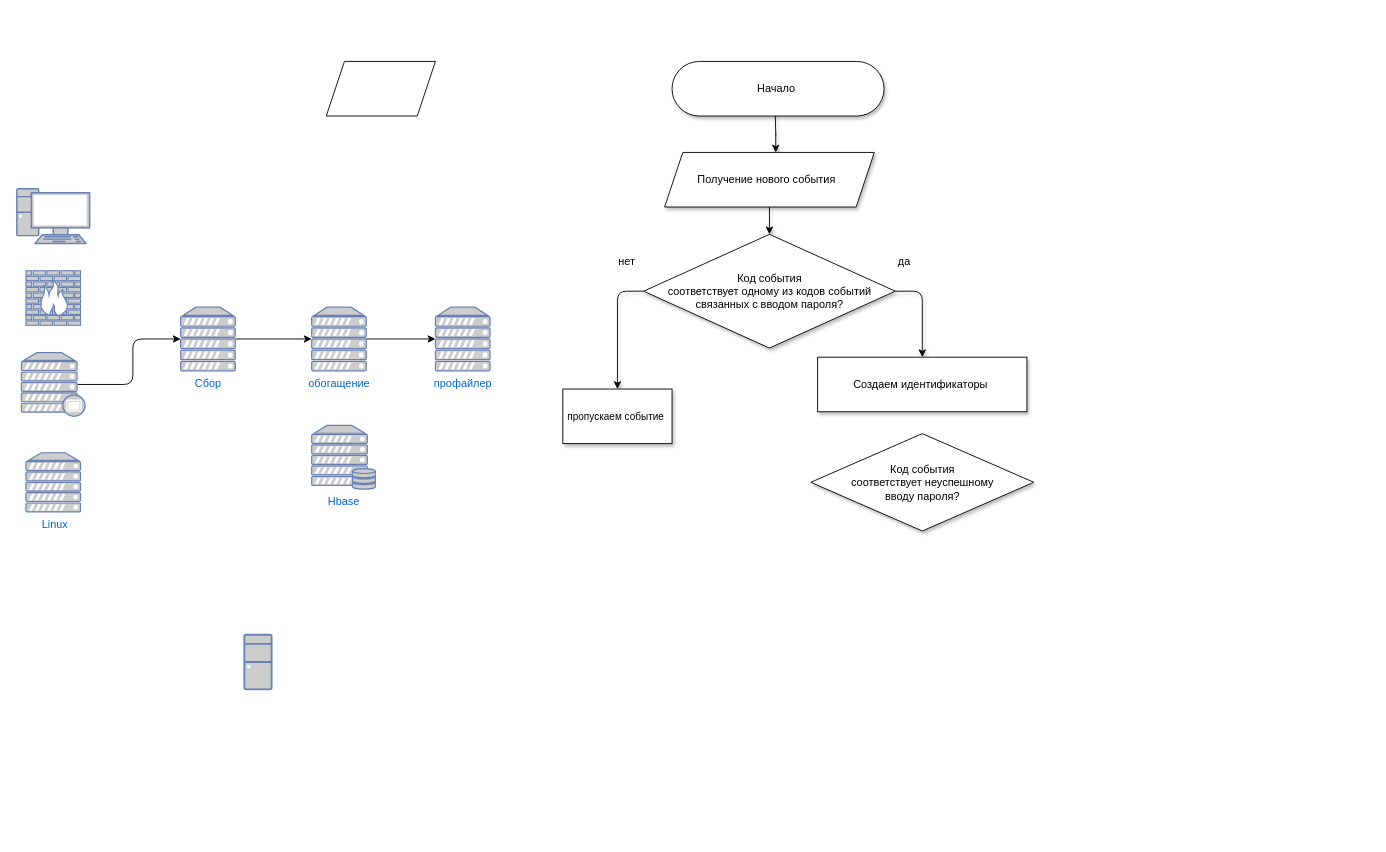
Before: page "Page-1" (1 of 2) of contrib/Untitled Diagram.drawio in zydyka/sigma, a draw.io diagram. Source tidied: cells renumbered, new cells numbered last; positions are measured from the earlier drawing's top-left corner, leaving out a move shared by most shapes. Both pictures are drawn from the tidied source at 91%, with x=0, y=0 at pixel (16, 61).
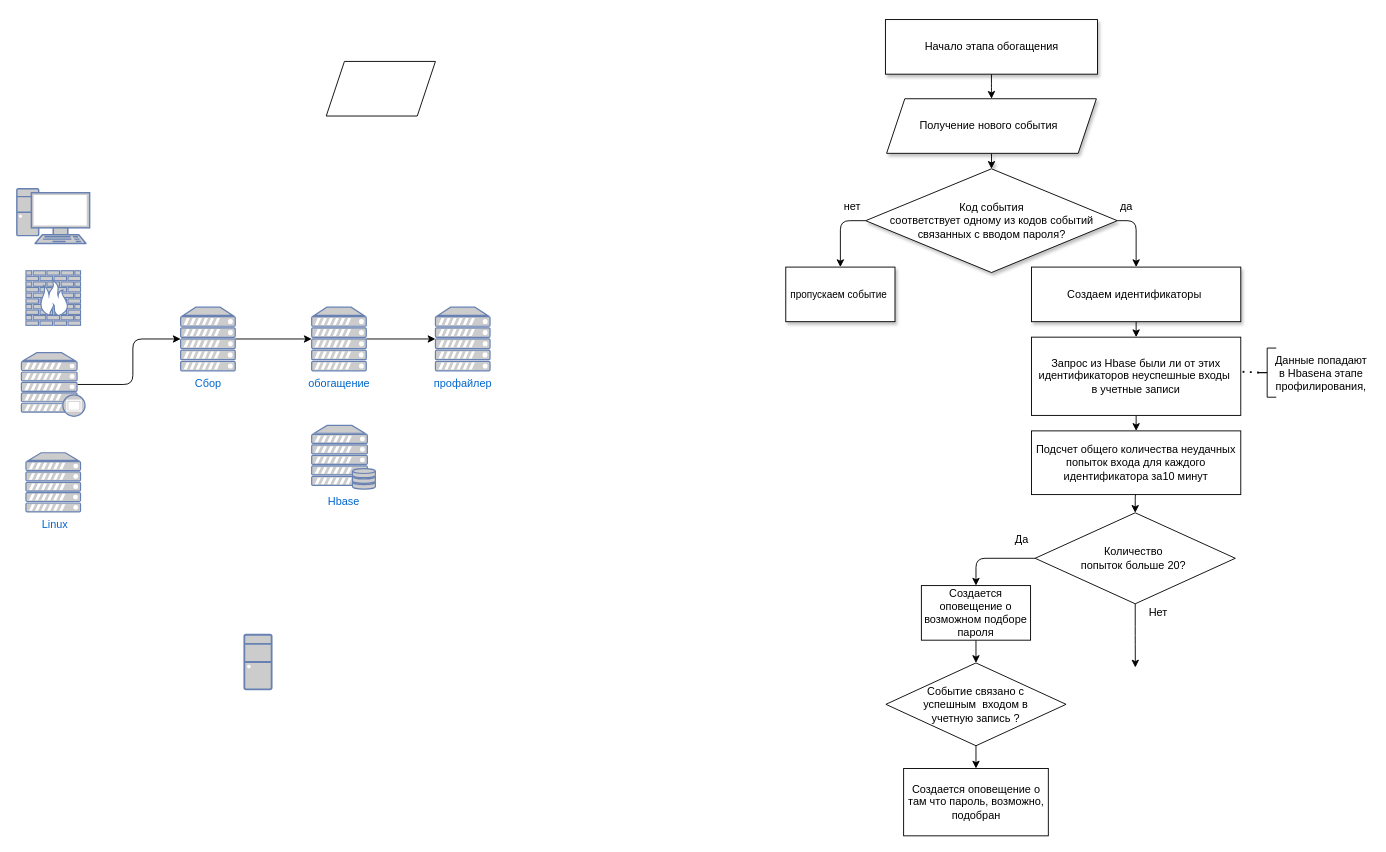
The same diagram, later.

The edit, as a diff of the source:
```diff
@@
-    <mxCell id="14" style="edgeStyle=orthogonalEdgeStyle;rounded=0;jettySize=auto;html=1;exitX=0.5;exitY=1;exitDx=0;exitDy=0;entryX=0.53;entryY=0;entryDx=0;entryDy=0;entryPerimeter=0;shadow=1;" parent="1" edge="1" target="16">
-      <mxGeometry relative="1" as="geometry">
-        <mxPoint x="833.5" y="60" as="sourcePoint" />
-      </mxGeometry>
-    </mxCell>
-    <mxCell id="15" style="edgeStyle=orthogonalEdgeStyle;rounded=0;jettySize=auto;html=1;exitX=0.5;exitY=1;exitDx=0;exitDy=0;entryX=0.5;entryY=0;entryDx=0;entryDy=0;entryPerimeter=0;shadow=1;" parent="1" edge="1" source="16" target="20">
+    <mxCell id="15" style="edgeStyle=orthogonalEdgeStyle;jettySize=auto;html=1;exitX=0.5;exitY=1;exitDx=0;exitDy=0;entryX=0.5;entryY=0;entryDx=0;entryDy=0;entryPerimeter=0;shadow=1;" parent="1" edge="1" source="16" target="20">
       <mxGeometry relative="1" as="geometry" />
     </mxCell>
     <mxCell id="16" value="Получение нового события&amp;nbsp;&amp;nbsp;" style="shape=parallelogram;perimeter=parallelogramPerimeter;whiteSpace=wrap;html=1;fixedSize=1;shadow=1;" parent="1" vertex="1">
-      <mxGeometry x="711.8" y="100" width="230.5" height="60" as="geometry" />
+      <mxGeometry x="955.8" y="41" width="230.5" height="60" as="geometry" />
     </mxCell>
@@
-    <mxCell id="18" style="edgeStyle=orthogonalEdgeStyle;jettySize=auto;html=1;exitX=0;exitY=0.5;exitDx=0;exitDy=0;entryX=0.5;entryY=0;entryDx=0;entryDy=0;shadow=1;" parent="1" edge="1" source="20" target="24">
+    <mxCell id="18" style="edgeStyle=orthogonalEdgeStyle;jettySize=auto;html=1;exitX=0;exitY=0.5;exitDx=0;exitDy=0;" parent="1" edge="1" source="20" target="24">
       <mxGeometry relative="1" as="geometry" />
     </mxCell>
-    <mxCell id="19" style="jettySize=auto;html=1;exitX=1;exitY=0.5;exitDx=0;exitDy=0;entryX=0.5;entryY=0;entryDx=0;entryDy=0;shadow=1;edgeStyle=orthogonalEdgeStyle;endSize=6;" parent="1" edge="1" source="20" target="22">
+    <mxCell id="19" style="edgeStyle=orthogonalEdgeStyle;jettySize=auto;html=1;exitX=1;exitY=0.5;exitDx=0;exitDy=0;entryX=0.5;entryY=0;entryDx=0;entryDy=0;" parent="1" edge="1" source="20" target="22">
       <mxGeometry relative="1" as="geometry" />
     </mxCell>
     <mxCell id="20" value="Код события&lt;br&gt;&amp;nbsp;соответствует одному из кодов событий&amp;nbsp;&lt;br&gt;связанных с вводом пароля?" style="rhombus;whiteSpace=wrap;html=1;shadow=1;" parent="1" vertex="1">
-      <mxGeometry x="688.8" y="190" width="276.5" height="125" as="geometry" />
+      <mxGeometry x="932.8" y="118" width="276.5" height="114" as="geometry" />
     </mxCell>
     <mxCell id="21" value="нет" style="text;html=1;align=center;verticalAlign=middle;strokeColor=none;shadow=1;" parent="1" vertex="1">
-      <mxGeometry x="655" y="210" width="30" height="20" as="geometry" />
+      <mxGeometry x="902.8" y="150" width="30" height="20" as="geometry" />
     </mxCell>
+    <mxCell id="27" style="edgeStyle=orthogonalEdgeStyle;jettySize=auto;html=1;exitX=0.5;exitY=1;exitDx=0;exitDy=0;entryX=0.5;entryY=0;entryDx=0;entryDy=0;" parent="1" edge="1" source="22" target="32">
+      <mxGeometry relative="1" as="geometry" />
+    </mxCell>
     <mxCell id="22" value="Создаем идентификаторы&amp;nbsp;" style="whiteSpace=wrap;html=1;shadow=1;" parent="1" vertex="1">
-      <mxGeometry x="880" y="325" width="230" height="60" as="geometry" />
+      <mxGeometry x="1115" y="226" width="230" height="60" as="geometry" />
     </mxCell>
     <mxCell id="23" value="да" style="text;html=1;align=center;verticalAlign=middle;strokeColor=none;shadow=1;" parent="1" vertex="1">
-      <mxGeometry x="960" y="210" width="30" height="20" as="geometry" />
+      <mxGeometry x="1204" y="150" width="30" height="20" as="geometry" />
     </mxCell>
     <mxCell id="24" value="&lt;span style=&quot;font-size: 11px ; background-color: rgb(255 , 255 , 255)&quot;&gt;пропускаем событие&amp;nbsp;&lt;/span&gt;" style="whiteSpace=wrap;html=1;shadow=1;" parent="1" vertex="1">
-      <mxGeometry x="600" y="360" width="120" height="60" as="geometry" />
+      <mxGeometry x="845" y="226" width="120" height="60" as="geometry" />
     </mxCell>
+    <mxCell id="28" style="edgeStyle=orthogonalEdgeStyle;jettySize=auto;html=1;exitX=0.5;exitY=1;exitDx=0;exitDy=0;" parent="1" edge="1" source="25">
+      <mxGeometry relative="1" as="geometry">
+        <mxPoint x="1229.1" y="666" as="targetPoint" />
+      </mxGeometry>
+    </mxCell>
+    <mxCell id="29" style="edgeStyle=orthogonalEdgeStyle;jettySize=auto;html=1;exitX=0;exitY=0.5;exitDx=0;exitDy=0;entryX=0.5;entryY=0;entryDx=0;entryDy=0;" parent="1" edge="1" source="25" target="38">
+      <mxGeometry relative="1" as="geometry" />
+    </mxCell>
-    <mxCell id="25" value="&lt;span&gt;Код события&lt;/span&gt;&lt;br&gt;&lt;span&gt;&amp;nbsp;соответствует неуспешному&amp;nbsp;&lt;br&gt;вводу пароля?&lt;br&gt;&lt;/span&gt;" style="rhombus;whiteSpace=wrap;html=1;shadow=1;fillColor=#ffffff;gradientColor=none;" parent="1" vertex="1">
-      <mxGeometry x="872.5" y="409" width="245" height="107" as="geometry" />
+    <mxCell id="25" value="&lt;span&gt;Количество&amp;nbsp;&lt;br&gt;попыток больше&amp;nbsp;20?&amp;nbsp;&lt;br&gt;&lt;/span&gt;" style="rhombus;whiteSpace=wrap;html=1;shadow=0;fillColor=#ffffff;gradientColor=none;" parent="1" vertex="1">
+      <mxGeometry x="1119" y="496" width="220" height="100" as="geometry" />
     </mxCell>
+    <mxCell id="30" style="edgeStyle=orthogonalEdgeStyle;jettySize=auto;html=1;exitX=0.5;exitY=1;exitDx=0;exitDy=0;" parent="1" edge="1" source="26" target="16">
+      <mxGeometry relative="1" as="geometry" />
+    </mxCell>
-    <mxCell id="26" value="&lt;span style=&quot;background-color: rgb(255 , 255 , 255)&quot;&gt;Начало&amp;nbsp;&lt;/span&gt;" style="rounded=1;whiteSpace=wrap;html=1;shadow=1;fillColor=#ffffff;gradientColor=none;arcSize=50;" parent="1" vertex="1">
-      <mxGeometry x="720" width="233" height="60" as="geometry" />
+    <mxCell id="26" value="&lt;span style=&quot;background-color: rgb(255 , 255 , 255)&quot;&gt;Начало этапа&amp;nbsp;&lt;/span&gt;обогащения" style="whiteSpace=wrap;html=1;shadow=1;fillColor=#ffffff;gradientColor=none;arcSize=50;" parent="1" vertex="1">
+      <mxGeometry x="954.5" y="-46" width="233" height="60" as="geometry" />
     </mxCell>
+    <mxCell id="31" style="edgeStyle=orthogonalEdgeStyle;jettySize=auto;html=1;exitX=0.5;exitY=1;exitDx=0;exitDy=0;entryX=0.5;entryY=0;entryDx=0;entryDy=0;" parent="1" edge="1" source="32" target="34">
+      <mxGeometry relative="1" as="geometry" />
+    </mxCell>
+    <mxCell id="32" value="Запрос из Hbase были ли от этих идентификаторов неуспешные входы&amp;nbsp;&lt;br&gt;в учетные записи&lt;br&gt;" style="whiteSpace=wrap;html=1;" parent="1" vertex="1">
+      <mxGeometry x="1115" y="303" width="230" height="86" as="geometry" />
+    </mxCell>
+    <mxCell id="33" style="edgeStyle=orthogonalEdgeStyle;jettySize=auto;html=1;exitX=0.5;exitY=1;exitDx=0;exitDy=0;entryX=0.5;entryY=0;entryDx=0;entryDy=0;" parent="1" edge="1" source="34" target="25">
+      <mxGeometry relative="1" as="geometry" />
+    </mxCell>
+    <mxCell id="34" value="Подсчет общего количества неудачных попыток входа для каждого идентификатора за10 минут" style="whiteSpace=wrap;html=1;" parent="1" vertex="1">
+      <mxGeometry x="1115" y="406" width="230" height="70" as="geometry" />
+    </mxCell>
+    <mxCell id="35" value="Да" style="text;html=1;align=center;verticalAlign=middle;strokeColor=none;" parent="1" vertex="1">
+      <mxGeometry x="1089" y="516" width="30" height="20" as="geometry" />
+    </mxCell>
+    <mxCell id="36" value="Нет" style="text;html=1;align=center;verticalAlign=middle;strokeColor=none;" parent="1" vertex="1">
+      <mxGeometry x="1234" y="596" width="40" height="20" as="geometry" />
+    </mxCell>
+    <mxCell id="37" style="edgeStyle=orthogonalEdgeStyle;jettySize=auto;html=1;exitX=0.5;exitY=1;exitDx=0;exitDy=0;entryX=0.5;entryY=0;entryDx=0;entryDy=0;" parent="1" edge="1" source="38" target="40">
+      <mxGeometry relative="1" as="geometry" />
+    </mxCell>
+    <mxCell id="38" value="Создается оповещение о возможном подборе пароля" style="whiteSpace=wrap;html=1;" parent="1" vertex="1">
+      <mxGeometry x="994" y="576" width="120" height="60" as="geometry" />
+    </mxCell>
+    <mxCell id="39" style="edgeStyle=orthogonalEdgeStyle;jettySize=auto;html=1;exitX=0.5;exitY=1;exitDx=0;exitDy=0;entryX=0.5;entryY=0;entryDx=0;entryDy=0;" parent="1" edge="1" source="40" target="41">
+      <mxGeometry relative="1" as="geometry" />
+    </mxCell>
+    <mxCell id="40" value="Событие связано с &lt;br&gt;успешным&amp;nbsp; входом в &lt;br&gt;учетную запись ?&lt;br&gt;" style="rhombus;whiteSpace=wrap;html=1;" parent="1" vertex="1">
+      <mxGeometry x="955" y="661" width="198" height="91" as="geometry" />
+    </mxCell>
+    <mxCell id="41" value="Создается оповещение о там что пароль, возможно, подобран" style="whiteSpace=wrap;html=1;" parent="1" vertex="1">
+      <mxGeometry x="974.5" y="777" width="159" height="74" as="geometry" />
+    </mxCell>
+    <mxCell id="42" style="endArrow=none;dashed=1;html=1;dashPattern=1 3;strokeWidth=2;entryX=0.1;entryY=0.5;entryDx=0;entryDy=0;entryPerimeter=0;" parent="1" edge="1" target="44">
+      <mxGeometry relative="1" as="geometry">
+        <mxPoint x="1347" y="341" as="sourcePoint" />
+      </mxGeometry>
+    </mxCell>
+    <mxCell id="43" style="group;" parent="1" vertex="1">
+      <mxGeometry x="1364" y="315" width="124" height="54" as="geometry" />
+    </mxCell>
+    <mxCell id="44" style="shape=curlyBracket;whiteSpace=wrap;html=1;" parent="43" vertex="1">
+      <mxGeometry width="20" height="54" as="geometry" />
+    </mxCell>
+    <mxCell id="45" value="Данные попадают &lt;br&gt;в Hbaseна этапе &lt;br&gt;профилирования,&lt;br&gt;" style="text;html=1;align=center;verticalAlign=middle;strokeColor=none;" parent="43" vertex="1">
+      <mxGeometry x="13" y="5" width="111" height="46" as="geometry" />
+    </mxCell>
```
